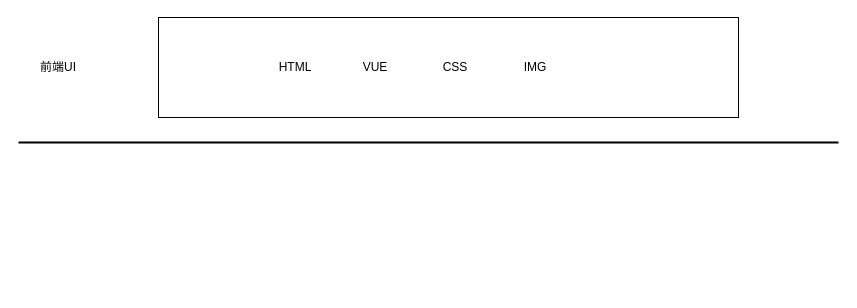
Before: 技术架构图.drawio in ammengke/my-drawio, a draw.io diagram. Source tidied: cells renumbered, new cells numbered last; positions are measured from the earlier drawing's top-left corner, leaving out a move shared by most shapes. Both pictures are drawn from the tidied source at 100%, with x=0, y=0 at pixel (18, 17).
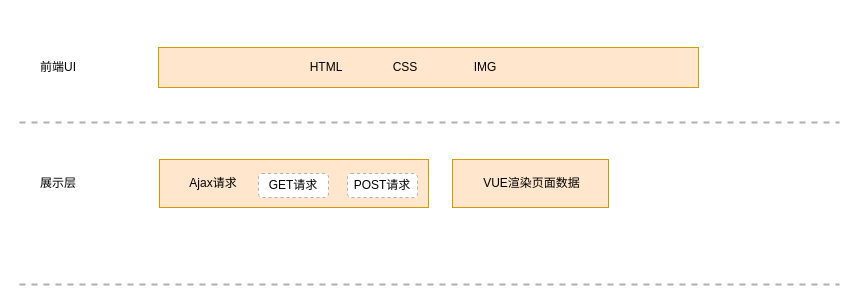
Above is the later version.

Commit message (it also covers changes not shown here):
Update 技术架构图.drawio

The edit, as a diff of the source:
```diff
@@
 <mxGraphModel>
   <root>
     <mxCell id="0" />
     <mxCell id="1" parent="0" />
+    <mxCell id="9" style="rounded=0;whiteSpace=wrap;html=1;fillColor=#ffe6cc;strokeColor=#d79b00;" parent="1" vertex="1">
+      <mxGeometry x="434" y="142" width="156" height="48" as="geometry" />
+    </mxCell>
-    <mxCell id="2" style="rounded=0;whiteSpace=wrap;html=1;" parent="1" vertex="1">
-      <mxGeometry x="140" width="580" height="100" as="geometry" />
+    <mxCell id="2" style="rounded=0;whiteSpace=wrap;html=1;fillColor=#ffe6cc;strokeColor=#d79b00;" parent="1" vertex="1">
+      <mxGeometry x="140" y="30" width="540" height="40" as="geometry" />
     </mxCell>
-    <mxCell id="3" style="line;strokeWidth=2;html=1;" parent="1" vertex="1">
-      <mxGeometry y="120" width="820" height="10" as="geometry" />
+    <mxCell id="3" style="line;strokeWidth=2;html=1;dashed=1;strokeColor=#B0B0B0;" parent="1" vertex="1">
+      <mxGeometry x="1" y="100" width="820" height="10" as="geometry" />
     </mxCell>
     <mxCell id="4" value="前端UI" style="text;html=1;strokeColor=none;fillColor=none;align=center;verticalAlign=middle;whiteSpace=wrap;rounded=0;" parent="1" vertex="1">
       <mxGeometry x="20" y="40" width="40" height="20" as="geometry" />
     </mxCell>
     <mxCell id="5" value="HTML" style="text;html=1;strokeColor=none;fillColor=none;align=center;verticalAlign=middle;whiteSpace=wrap;rounded=0;" parent="1" vertex="1">
-      <mxGeometry x="257" y="40" width="40" height="20" as="geometry" />
+      <mxGeometry x="288" y="40" width="40" height="20" as="geometry" />
     </mxCell>
-    <mxCell id="6" value="VUE" style="text;html=1;strokeColor=none;fillColor=none;align=center;verticalAlign=middle;whiteSpace=wrap;rounded=0;" parent="1" vertex="1">
-      <mxGeometry x="337" y="40" width="40" height="20" as="geometry" />
+    <mxCell id="6" value="VUE渲染页面数据" style="text;html=1;strokeColor=none;fillColor=none;align=center;verticalAlign=middle;whiteSpace=wrap;rounded=0;" parent="1" vertex="1">
+      <mxGeometry x="462" y="156" width="103" height="20" as="geometry" />
     </mxCell>
     <mxCell id="7" value="CSS" style="text;html=1;strokeColor=none;fillColor=none;align=center;verticalAlign=middle;whiteSpace=wrap;rounded=0;" parent="1" vertex="1">
-      <mxGeometry x="417" y="40" width="40" height="20" as="geometry" />
+      <mxGeometry x="367" y="40" width="40" height="20" as="geometry" />
     </mxCell>
     <mxCell id="8" value="IMG" style="text;html=1;strokeColor=none;fillColor=none;align=center;verticalAlign=middle;whiteSpace=wrap;rounded=0;" parent="1" vertex="1">
-      <mxGeometry x="497" y="40" width="40" height="20" as="geometry" />
+      <mxGeometry x="447" y="40" width="40" height="20" as="geometry" />
     </mxCell>
+    <mxCell id="10" style="rounded=0;whiteSpace=wrap;html=1;fillColor=#ffe6cc;strokeColor=#d79b00;" parent="1" vertex="1">
+      <mxGeometry x="141" y="142" width="269" height="48" as="geometry" />
+    </mxCell>
+    <mxCell id="11" style="line;strokeWidth=2;html=1;dashed=1;strokeColor=#B0B0B0;" parent="1" vertex="1">
+      <mxGeometry x="1" y="262" width="820" height="10" as="geometry" />
+    </mxCell>
+    <mxCell id="12" value="展示层" style="text;html=1;strokeColor=none;fillColor=none;align=center;verticalAlign=middle;whiteSpace=wrap;rounded=0;" parent="1" vertex="1">
+      <mxGeometry x="20" y="156" width="40" height="20" as="geometry" />
+    </mxCell>
+    <mxCell id="13" value="Ajax请求" style="text;html=1;strokeColor=none;fillColor=none;align=center;verticalAlign=middle;whiteSpace=wrap;rounded=0;dashed=1;" parent="1" vertex="1">
+      <mxGeometry x="170" y="156" width="50" height="20" as="geometry" />
+    </mxCell>
+    <mxCell id="14" value="GET请求" style="rounded=1;whiteSpace=wrap;html=1;dashed=1;strokeColor=#B0B0B0;" parent="1" vertex="1">
+      <mxGeometry x="240" y="156" width="70" height="24" as="geometry" />
+    </mxCell>
+    <mxCell id="15" value="POST请求" style="rounded=1;whiteSpace=wrap;html=1;dashed=1;strokeColor=#B0B0B0;" parent="1" vertex="1">
+      <mxGeometry x="329" y="156" width="70" height="24" as="geometry" />
+    </mxCell>
   </root>
 </mxGraphModel>
```
